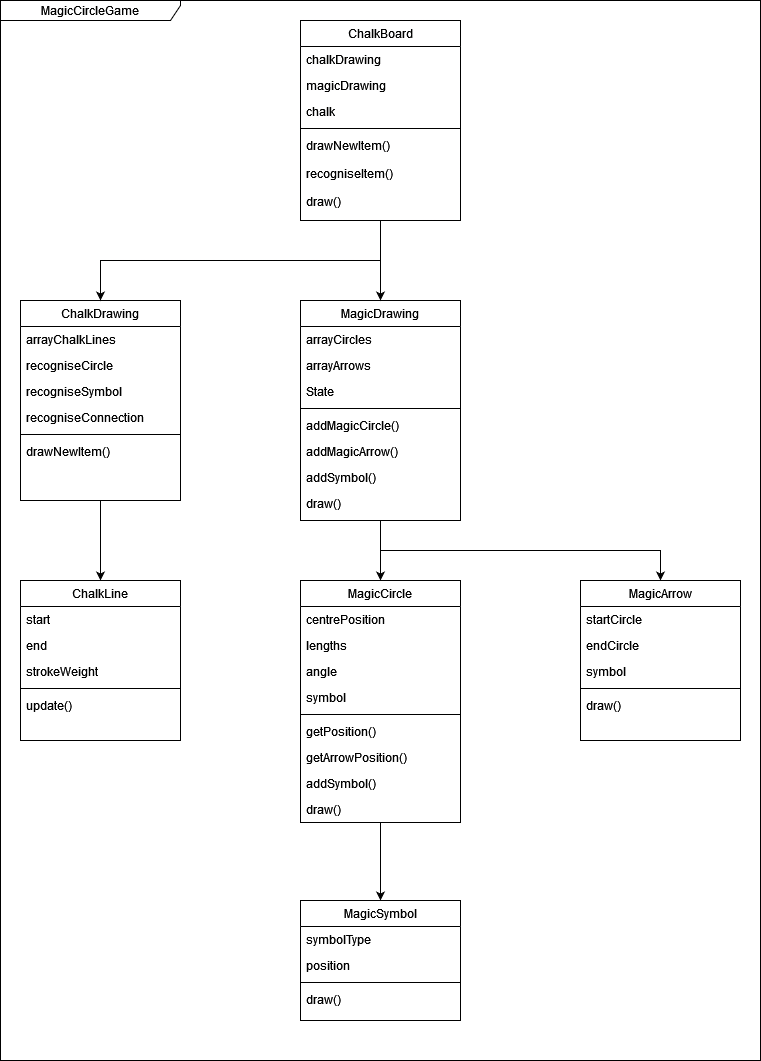
Before: Documentation/MagicCircleGame.png, a diagram exported from draw.io (WillowgastWebOfCode/MagicCircleGame). Source tidied: cells renumbered, new cells last; positions are measured from the earlier drawing's top-left corner, leaving out a move shared by most shapes.
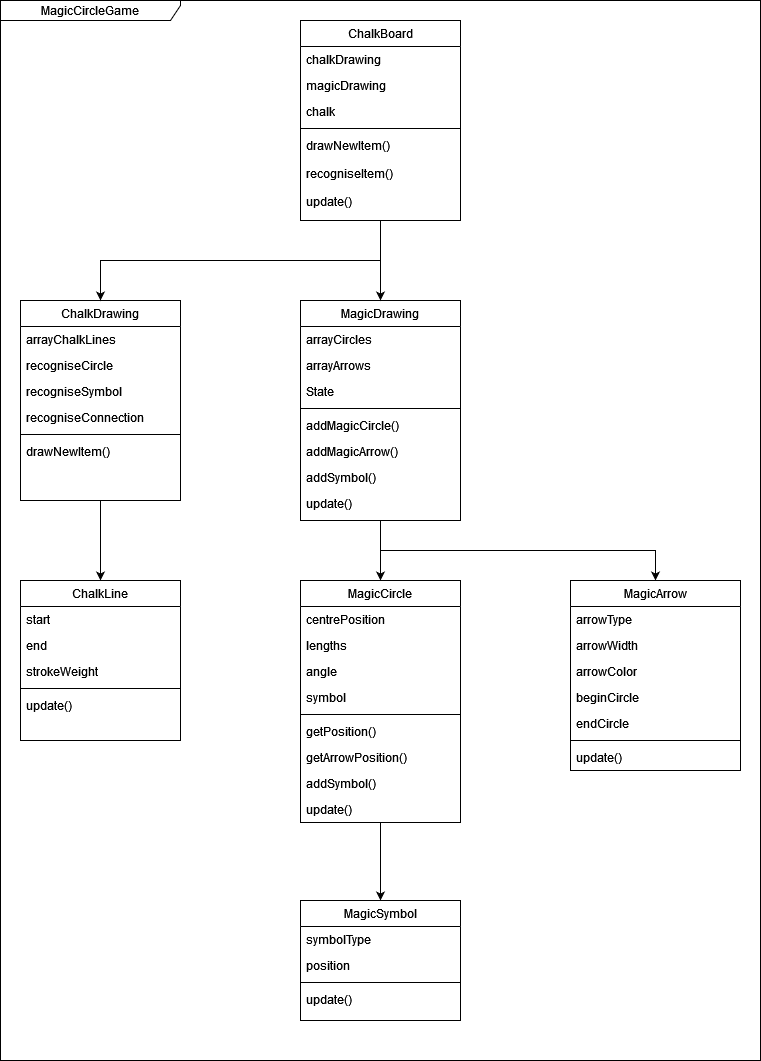
The same diagram one commit later.

Change to the diagram source:
```diff
@@ -59,7 +59,7 @@
     <mxCell id="20" value="addSymbol()" style="text;align=left;verticalAlign=top;spacingLeft=4;spacingRight=4;overflow=hidden;" parent="13" vertex="1">
       <mxGeometry y="164" width="160" height="26" as="geometry" />
     </mxCell>
-    <mxCell id="21" value="draw()" style="text;align=left;verticalAlign=top;spacingLeft=4;spacingRight=4;overflow=hidden;" parent="13" vertex="1">
+    <mxCell id="21" value="update()" style="text;align=left;verticalAlign=top;spacingLeft=4;spacingRight=4;overflow=hidden;" parent="13" vertex="1">
       <mxGeometry y="190" width="160" height="26" as="geometry" />
     </mxCell>
     <mxCell id="22" style="edgeStyle=orthogonalEdgeStyle;rounded=0;jettySize=auto;html=1;exitX=0.5;exitY=1;exitDx=0;exitDy=0;entryX=0.5;entryY=0;entryDx=0;entryDy=0;" parent="1" edge="1" source="23" target="55">
@@ -92,26 +92,32 @@
     <mxCell id="31" value="addSymbol()" style="text;align=left;verticalAlign=top;spacingLeft=4;spacingRight=4;overflow=hidden;" parent="23" vertex="1">
       <mxGeometry y="190" width="160" height="26" as="geometry" />
     </mxCell>
-    <mxCell id="32" value="draw()" style="text;align=left;verticalAlign=top;spacingLeft=4;spacingRight=4;overflow=hidden;" parent="23" vertex="1">
+    <mxCell id="32" value="update()" style="text;align=left;verticalAlign=top;spacingLeft=4;spacingRight=4;overflow=hidden;" parent="23" vertex="1">
       <mxGeometry y="216" width="160" height="26" as="geometry" />
     </mxCell>
     <mxCell id="33" value="MagicArrow" style="swimlane;fontStyle=0;align=center;verticalAlign=top;horizontal=1;startSize=26;rounded=0;shadow=0;strokeWidth=1;" parent="1" vertex="1">
-      <mxGeometry x="580" y="580" width="160" height="160" as="geometry" />
+      <mxGeometry x="570" y="580" width="170" height="190" as="geometry" />
     </mxCell>
-    <mxCell id="34" value="startCircle" style="text;align=left;verticalAlign=top;spacingLeft=4;spacingRight=4;overflow=hidden;" parent="33" vertex="1">
-      <mxGeometry y="26" width="160" height="26" as="geometry" />
+    <mxCell id="34" value="arrowType" style="text;align=left;verticalAlign=top;spacingLeft=4;spacingRight=4;overflow=hidden;" parent="33" vertex="1">
+      <mxGeometry y="26" width="170" height="26" as="geometry" />
     </mxCell>
-    <mxCell id="35" value="endCircle" style="text;align=left;verticalAlign=top;spacingLeft=4;spacingRight=4;overflow=hidden;rounded=0;shadow=0;html=0;" parent="33" vertex="1">
-      <mxGeometry y="52" width="160" height="26" as="geometry" />
+    <mxCell id="35" value="arrowWidth" style="text;align=left;verticalAlign=top;spacingLeft=4;spacingRight=4;overflow=hidden;rounded=0;shadow=0;html=0;" parent="33" vertex="1">
+      <mxGeometry y="52" width="170" height="26" as="geometry" />
     </mxCell>
-    <mxCell id="36" value="symbol" style="text;align=left;verticalAlign=top;spacingLeft=4;spacingRight=4;overflow=hidden;rounded=0;shadow=0;html=0;" parent="33" vertex="1">
-      <mxGeometry y="78" width="160" height="26" as="geometry" />
+    <mxCell id="36" value="arrowColor" style="text;align=left;verticalAlign=top;spacingLeft=4;spacingRight=4;overflow=hidden;rounded=0;shadow=0;html=0;" parent="33" vertex="1">
+      <mxGeometry y="78" width="170" height="26" as="geometry" />
     </mxCell>
+    <mxCell id="60" value="beginCircle" style="text;align=left;verticalAlign=top;spacingLeft=4;spacingRight=4;overflow=hidden;rounded=0;shadow=0;html=0;" parent="33" vertex="1">
+      <mxGeometry y="104" width="170" height="26" as="geometry" />
+    </mxCell>
+    <mxCell id="61" value="endCircle" style="text;align=left;verticalAlign=top;spacingLeft=4;spacingRight=4;overflow=hidden;rounded=0;shadow=0;html=0;" parent="33" vertex="1">
+      <mxGeometry y="130" width="170" height="26" as="geometry" />
+    </mxCell>
     <mxCell id="37" style="line;html=1;strokeWidth=1;align=left;verticalAlign=middle;spacingTop=-1;spacingLeft=3;spacingRight=3;labelPosition=right;" parent="33" vertex="1">
-      <mxGeometry y="104" width="160" height="8" as="geometry" />
+      <mxGeometry y="156" width="170" height="8" as="geometry" />
     </mxCell>
-    <mxCell id="38" value="draw()" style="text;align=left;verticalAlign=top;spacingLeft=4;spacingRight=4;overflow=hidden;" parent="33" vertex="1">
-      <mxGeometry y="112" width="160" height="26" as="geometry" />
+    <mxCell id="38" value="update()" style="text;align=left;verticalAlign=top;spacingLeft=4;spacingRight=4;overflow=hidden;" parent="33" vertex="1">
+      <mxGeometry y="164" width="170" height="26" as="geometry" />
     </mxCell>
     <mxCell id="39" style="edgeStyle=orthogonalEdgeStyle;rounded=0;jettySize=auto;html=1;exitX=0.5;exitY=1;exitDx=0;exitDy=0;entryX=0.5;entryY=0;entryDx=0;entryDy=0;" parent="1" edge="1" source="41" target="13">
       <mxGeometry relative="1" as="geometry" />
@@ -140,7 +146,7 @@
     <mxCell id="47" value="recogniseItem()" style="text;align=left;verticalAlign=top;spacingLeft=4;spacingRight=4;overflow=hidden;" parent="41" vertex="1">
       <mxGeometry y="140" width="160" height="28" as="geometry" />
     </mxCell>
-    <mxCell id="48" value="draw()" style="text;align=left;verticalAlign=top;spacingLeft=4;spacingRight=4;overflow=hidden;" parent="41" vertex="1">
+    <mxCell id="48" value="update()" style="text;align=left;verticalAlign=top;spacingLeft=4;spacingRight=4;overflow=hidden;" parent="41" vertex="1">
       <mxGeometry y="168" width="160" height="28" as="geometry" />
     </mxCell>
     <mxCell id="49" value="ChalkLine" style="swimlane;fontStyle=0;align=center;verticalAlign=top;horizontal=1;startSize=26;rounded=0;shadow=0;strokeWidth=1;" parent="1" vertex="1">
@@ -173,7 +179,7 @@
     <mxCell id="58" style="line;html=1;strokeWidth=1;align=left;verticalAlign=middle;spacingTop=-1;spacingLeft=3;spacingRight=3;labelPosition=right;" parent="55" vertex="1">
       <mxGeometry y="78" width="160" height="8" as="geometry" />
     </mxCell>
-    <mxCell id="59" value="draw()" style="text;align=left;verticalAlign=top;spacingLeft=4;spacingRight=4;overflow=hidden;" parent="55" vertex="1">
+    <mxCell id="59" value="update()" style="text;align=left;verticalAlign=top;spacingLeft=4;spacingRight=4;overflow=hidden;" parent="55" vertex="1">
       <mxGeometry y="86" width="160" height="26" as="geometry" />
     </mxCell>
   </root>
```
